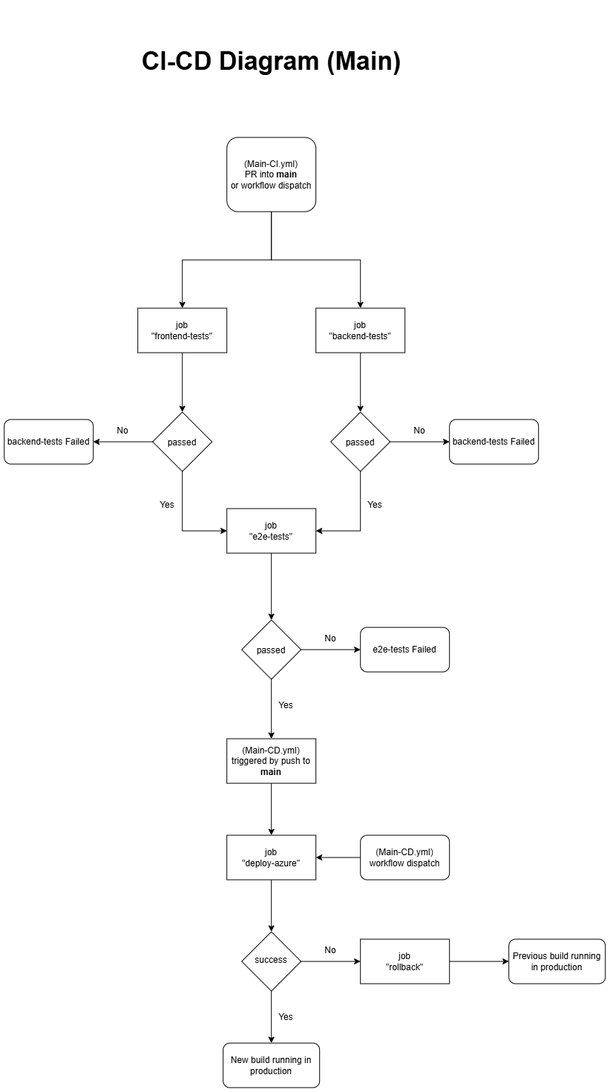
COS301-SE-2026/Veritas-Lab keeps this draw.io diagram as Docs/Demo_3/CI-CI Diagram Main.png. Above is the earlier version. Source tidied: cells renumbered, new cells last; positions are measured from the earlier drawing's top-left corner, leaving out a move shared by most shapes.
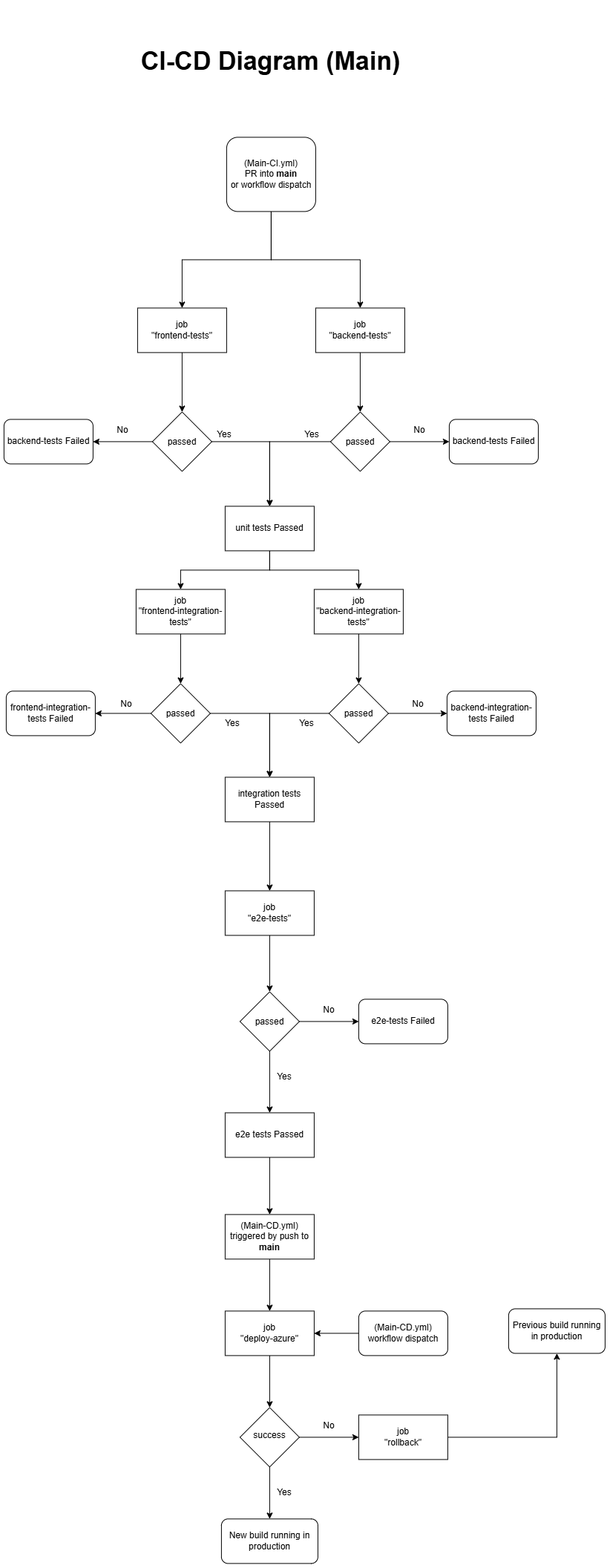
After the commit.

The edit, as a diff of the source:
```diff
@@ -3,7 +3,7 @@
     <mxCell id="0" />
     <mxCell id="1" parent="0" />
     <mxCell id="2" style="group;" parent="1" vertex="1">
-      <mxGeometry width="810" height="1460" as="geometry" />
+      <mxGeometry width="810" height="2101" as="geometry" />
     </mxCell>
     <mxCell id="3" style="edgeStyle=orthogonalEdgeStyle;rounded=0;jettySize=auto;html=1;" parent="2" edge="1" source="5" target="7">
       <mxGeometry relative="1" as="geometry" />
@@ -29,12 +29,8 @@
     <mxCell id="10" style="edgeStyle=orthogonalEdgeStyle;rounded=0;jettySize=auto;html=1;" parent="2" edge="1" source="12" target="18">
       <mxGeometry relative="1" as="geometry" />
     </mxCell>
-    <mxCell id="11" style="edgeStyle=orthogonalEdgeStyle;rounded=0;jettySize=auto;html=1;" parent="2" edge="1" source="12" target="21">
-      <mxGeometry relative="1" as="geometry">
-        <Array as="points">
-          <mxPoint x="240" y="710" />
-        </Array>
-      </mxGeometry>
+    <mxCell id="11" style="edgeStyle=orthogonalEdgeStyle;rounded=0;jettySize=auto;html=1;" parent="2" edge="1" source="12" target="48">
+      <mxGeometry relative="1" as="geometry" />
     </mxCell>
     <mxCell id="12" value="passed" style="rhombus;whiteSpace=wrap;html=1;shapeInside=1;" parent="2" vertex="1">
       <mxGeometry x="200" y="550" width="80" height="80" as="geometry" />
@@ -42,12 +38,8 @@
     <mxCell id="13" style="edgeStyle=orthogonalEdgeStyle;rounded=0;jettySize=auto;html=1;" parent="2" edge="1" source="15" target="16">
       <mxGeometry relative="1" as="geometry" />
     </mxCell>
-    <mxCell id="14" style="edgeStyle=orthogonalEdgeStyle;rounded=0;jettySize=auto;html=1;" parent="2" edge="1" source="15" target="21">
-      <mxGeometry relative="1" as="geometry">
-        <Array as="points">
-          <mxPoint x="480" y="710" />
-        </Array>
-      </mxGeometry>
+    <mxCell id="14" style="edgeStyle=orthogonalEdgeStyle;rounded=0;jettySize=auto;html=1;" parent="2" edge="1" source="15" target="48">
+      <mxGeometry relative="1" as="geometry" />
     </mxCell>
     <mxCell id="15" value="passed" style="rhombus;whiteSpace=wrap;html=1;shapeInside=1;" parent="2" vertex="1">
       <mxGeometry x="440" y="550" width="80" height="80" as="geometry" />
@@ -68,43 +60,43 @@
       <mxGeometry relative="1" as="geometry" />
     </mxCell>
     <mxCell id="21" value="&lt;div&gt;job&lt;/div&gt;&quot;e2e-tests&quot;" style="rounded=0;whiteSpace=wrap;html=1;" parent="2" vertex="1">
-      <mxGeometry x="300" y="680" width="120" height="60" as="geometry" />
+      <mxGeometry x="298" y="1195" width="120" height="60" as="geometry" />
     </mxCell>
     <mxCell id="22" value="Yes" style="text;html=1;whiteSpace=wrap;strokeColor=none;fillColor=none;align=center;verticalAlign=middle;rounded=0;" parent="2" vertex="1">
-      <mxGeometry x="470" y="660" width="60" height="30" as="geometry" />
+      <mxGeometry x="385" y="566" width="60" height="30" as="geometry" />
     </mxCell>
     <mxCell id="23" value="Yes" style="text;html=1;whiteSpace=wrap;strokeColor=none;fillColor=none;align=center;verticalAlign=middle;rounded=0;" parent="2" vertex="1">
-      <mxGeometry x="190" y="660" width="60" height="30" as="geometry" />
+      <mxGeometry x="267" y="566" width="60" height="30" as="geometry" />
     </mxCell>
     <mxCell id="24" style="edgeStyle=orthogonalEdgeStyle;rounded=0;jettySize=auto;html=1;" parent="2" edge="1" source="26" target="27">
       <mxGeometry relative="1" as="geometry" />
     </mxCell>
-    <mxCell id="25" style="edgeStyle=orthogonalEdgeStyle;rounded=0;jettySize=auto;html=1;" parent="2" edge="1" source="26" target="31">
+    <mxCell id="25" style="edgeStyle=orthogonalEdgeStyle;rounded=0;jettySize=auto;html=1;" parent="2" edge="1" source="26" target="68">
       <mxGeometry relative="1" as="geometry" />
     </mxCell>
     <mxCell id="26" value="passed" style="rhombus;whiteSpace=wrap;html=1;shapeInside=1;" parent="2" vertex="1">
-      <mxGeometry x="320" y="830" width="80" height="80" as="geometry" />
+      <mxGeometry x="318" y="1331" width="80" height="80" as="geometry" />
     </mxCell>
     <mxCell id="27" value="e2e-tests Failed" style="rounded=1;whiteSpace=wrap;html=1;" parent="2" vertex="1">
-      <mxGeometry x="480" y="840" width="120" height="60" as="geometry" />
+      <mxGeometry x="478" y="1341" width="120" height="60" as="geometry" />
     </mxCell>
     <mxCell id="28" value="No" style="text;html=1;whiteSpace=wrap;strokeColor=none;fillColor=none;align=center;verticalAlign=middle;rounded=0;" parent="2" vertex="1">
-      <mxGeometry x="410" y="840" width="60" height="30" as="geometry" />
+      <mxGeometry x="408" y="1341" width="60" height="30" as="geometry" />
     </mxCell>
     <mxCell id="29" value="Yes" style="text;html=1;whiteSpace=wrap;strokeColor=none;fillColor=none;align=center;verticalAlign=middle;rounded=0;" parent="2" vertex="1">
-      <mxGeometry x="350" y="930" width="60" height="30" as="geometry" />
+      <mxGeometry x="348" y="1431" width="60" height="30" as="geometry" />
     </mxCell>
     <mxCell id="30" style="edgeStyle=orthogonalEdgeStyle;rounded=0;jettySize=auto;html=1;" parent="2" edge="1" source="31" target="33">
       <mxGeometry relative="1" as="geometry" />
     </mxCell>
     <mxCell id="31" value="&lt;div&gt;(Main-CD.yml)&lt;/div&gt;&lt;div&gt;triggered by push to &lt;b&gt;main&lt;/b&gt;&lt;/div&gt;" style="rounded=0;whiteSpace=wrap;html=1;" parent="2" vertex="1">
-      <mxGeometry x="300" y="990" width="120" height="60" as="geometry" />
+      <mxGeometry x="298" y="1631" width="120" height="60" as="geometry" />
     </mxCell>
     <mxCell id="32" style="edgeStyle=orthogonalEdgeStyle;rounded=0;jettySize=auto;html=1;" parent="2" edge="1" source="33" target="36">
       <mxGeometry relative="1" as="geometry" />
     </mxCell>
     <mxCell id="33" value="&lt;div&gt;job&lt;/div&gt;&lt;div&gt;&quot;deploy-azure&quot;&lt;/div&gt;" style="rounded=0;whiteSpace=wrap;html=1;" parent="2" vertex="1">
-      <mxGeometry x="300" y="1120" width="120" height="60" as="geometry" />
+      <mxGeometry x="298" y="1761" width="120" height="60" as="geometry" />
     </mxCell>
     <mxCell id="34" style="edgeStyle=orthogonalEdgeStyle;rounded=0;jettySize=auto;html=1;" parent="2" edge="1" source="36" target="39">
       <mxGeometry relative="1" as="geometry" />
@@ -113,34 +105,103 @@
       <mxGeometry relative="1" as="geometry" />
     </mxCell>
     <mxCell id="36" value="success" style="rhombus;whiteSpace=wrap;html=1;shapeInside=1;" parent="2" vertex="1">
-      <mxGeometry x="320" y="1250" width="80" height="80" as="geometry" />
+      <mxGeometry x="318" y="1891" width="80" height="80" as="geometry" />
     </mxCell>
     <mxCell id="37" value="No" style="text;html=1;whiteSpace=wrap;strokeColor=none;fillColor=none;align=center;verticalAlign=middle;rounded=0;" parent="2" vertex="1">
-      <mxGeometry x="410" y="1260" width="60" height="30" as="geometry" />
+      <mxGeometry x="408" y="1901" width="60" height="30" as="geometry" />
     </mxCell>
     <mxCell id="38" style="edgeStyle=orthogonalEdgeStyle;rounded=0;jettySize=auto;html=1;" parent="2" edge="1" source="39" target="41">
       <mxGeometry relative="1" as="geometry" />
     </mxCell>
     <mxCell id="39" value="&lt;div&gt;job&lt;/div&gt;&lt;div&gt;&quot;rollback&quot;&lt;/div&gt;" style="rounded=0;whiteSpace=wrap;html=1;" parent="2" vertex="1">
-      <mxGeometry x="480" y="1260" width="120" height="60" as="geometry" />
+      <mxGeometry x="478" y="1901" width="120" height="60" as="geometry" />
     </mxCell>
     <mxCell id="40" value="New build running in production" style="rounded=1;whiteSpace=wrap;html=1;" parent="2" vertex="1">
-      <mxGeometry x="295" y="1400" width="130" height="60" as="geometry" />
+      <mxGeometry x="293" y="2041" width="130" height="60" as="geometry" />
     </mxCell>
     <mxCell id="41" value="Previous build running in production" style="rounded=1;whiteSpace=wrap;html=1;" parent="2" vertex="1">
-      <mxGeometry x="680" y="1260" width="130" height="60" as="geometry" />
+      <mxGeometry x="680" y="1758" width="130" height="60" as="geometry" />
     </mxCell>
     <mxCell id="42" value="Yes" style="text;html=1;whiteSpace=wrap;strokeColor=none;fillColor=none;align=center;verticalAlign=middle;rounded=0;" parent="2" vertex="1">
-      <mxGeometry x="350" y="1350" width="60" height="30" as="geometry" />
+      <mxGeometry x="348" y="1991" width="60" height="30" as="geometry" />
     </mxCell>
     <mxCell id="43" style="edgeStyle=orthogonalEdgeStyle;rounded=0;jettySize=auto;html=1;" parent="2" edge="1" source="44" target="33">
       <mxGeometry relative="1" as="geometry" />
     </mxCell>
     <mxCell id="44" value="(Main-CD.yml)&lt;div&gt;workflow dispatch&lt;/div&gt;" style="rounded=1;whiteSpace=wrap;html=1;" parent="2" vertex="1">
-      <mxGeometry x="480" y="1120" width="120" height="60" as="geometry" />
+      <mxGeometry x="478" y="1761" width="120" height="60" as="geometry" />
     </mxCell>
     <mxCell id="45" value="&lt;span style=&quot;font-size: 34px;&quot;&gt;&lt;b&gt;CI-CD Diagram (Main)&lt;/b&gt;&lt;/span&gt;" style="text;html=1;whiteSpace=wrap;strokeColor=none;fillColor=none;align=center;verticalAlign=middle;rounded=0;" parent="2" vertex="1">
       <mxGeometry x="72.5" width="575" height="155" as="geometry" />
     </mxCell>
+    <mxCell id="46" style="edgeStyle=orthogonalEdgeStyle;rounded=0;jettySize=auto;html=1;" parent="2" edge="1" source="48" target="50">
+      <mxGeometry relative="1" as="geometry" />
+    </mxCell>
+    <mxCell id="47" style="edgeStyle=orthogonalEdgeStyle;rounded=0;jettySize=auto;html=1;" parent="2" edge="1" source="48" target="52">
+      <mxGeometry relative="1" as="geometry" />
+    </mxCell>
+    <mxCell id="48" value="&lt;div&gt;unit tests Passed&lt;/div&gt;" style="rounded=0;whiteSpace=wrap;html=1;" parent="2" vertex="1">
+      <mxGeometry x="298" y="677" width="120" height="60" as="geometry" />
+    </mxCell>
+    <mxCell id="49" style="edgeStyle=orthogonalEdgeStyle;rounded=0;jettySize=auto;html=1;" parent="2" edge="1" source="50" target="55">
+      <mxGeometry relative="1" as="geometry" />
+    </mxCell>
+    <mxCell id="50" value="&lt;div&gt;job&lt;/div&gt;&lt;div&gt;&quot;frontend-integration-tests&quot;&lt;/div&gt;" style="rounded=0;whiteSpace=wrap;html=1;" parent="2" vertex="1">
+      <mxGeometry x="178" y="789" width="120" height="60" as="geometry" />
+    </mxCell>
+    <mxCell id="51" style="edgeStyle=orthogonalEdgeStyle;rounded=0;jettySize=auto;html=1;" parent="2" edge="1" source="52" target="58">
+      <mxGeometry relative="1" as="geometry" />
+    </mxCell>
+    <mxCell id="52" value="&lt;div&gt;job&lt;/div&gt;&lt;div&gt;&quot;backend-integration-tests&quot;&lt;/div&gt;" style="rounded=0;whiteSpace=wrap;html=1;" parent="2" vertex="1">
+      <mxGeometry x="418" y="789" width="120" height="60" as="geometry" />
+    </mxCell>
+    <mxCell id="53" style="edgeStyle=orthogonalEdgeStyle;rounded=0;jettySize=auto;html=1;" parent="2" edge="1" source="55" target="60">
+      <mxGeometry relative="1" as="geometry" />
+    </mxCell>
+    <mxCell id="54" style="edgeStyle=orthogonalEdgeStyle;rounded=0;jettySize=auto;html=1;" parent="2" edge="1" source="55" target="63">
+      <mxGeometry relative="1" as="geometry" />
+    </mxCell>
+    <mxCell id="55" value="passed" style="rhombus;whiteSpace=wrap;html=1;shapeInside=1;" parent="2" vertex="1">
+      <mxGeometry x="198" y="916" width="80" height="80" as="geometry" />
+    </mxCell>
+    <mxCell id="56" style="edgeStyle=orthogonalEdgeStyle;rounded=0;jettySize=auto;html=1;" parent="2" edge="1" source="58" target="60">
+      <mxGeometry relative="1" as="geometry" />
+    </mxCell>
+    <mxCell id="57" style="edgeStyle=orthogonalEdgeStyle;rounded=0;jettySize=auto;html=1;" parent="2" edge="1" source="58" target="64">
+      <mxGeometry relative="1" as="geometry" />
+    </mxCell>
+    <mxCell id="58" value="passed" style="rhombus;whiteSpace=wrap;html=1;shapeInside=1;" parent="2" vertex="1">
+      <mxGeometry x="438" y="916" width="80" height="80" as="geometry" />
+    </mxCell>
+    <mxCell id="59" style="edgeStyle=orthogonalEdgeStyle;rounded=0;jettySize=auto;html=1;" parent="2" edge="1" source="60" target="21">
+      <mxGeometry relative="1" as="geometry" />
+    </mxCell>
+    <mxCell id="60" value="&lt;div&gt;integration tests Passed&lt;/div&gt;" style="rounded=0;whiteSpace=wrap;html=1;" parent="2" vertex="1">
+      <mxGeometry x="298" y="1042" width="120" height="60" as="geometry" />
+    </mxCell>
+    <mxCell id="61" value="Yes" style="text;html=1;whiteSpace=wrap;strokeColor=none;fillColor=none;align=center;verticalAlign=middle;rounded=0;" parent="2" vertex="1">
+      <mxGeometry x="278" y="955" width="60" height="30" as="geometry" />
+    </mxCell>
+    <mxCell id="62" value="Yes" style="text;html=1;whiteSpace=wrap;strokeColor=none;fillColor=none;align=center;verticalAlign=middle;rounded=0;" parent="2" vertex="1">
+      <mxGeometry x="378" y="955" width="60" height="30" as="geometry" />
+    </mxCell>
+    <mxCell id="63" value="frontend-integration-tests Failed" style="rounded=1;whiteSpace=wrap;html=1;" parent="2" vertex="1">
+      <mxGeometry x="3" y="926" width="120" height="60" as="geometry" />
+    </mxCell>
+    <mxCell id="64" value="backend-integration-tests Failed" style="rounded=1;whiteSpace=wrap;html=1;" parent="2" vertex="1">
+      <mxGeometry x="597" y="926" width="120" height="60" as="geometry" />
+    </mxCell>
+    <mxCell id="65" value="No" style="text;html=1;whiteSpace=wrap;strokeColor=none;fillColor=none;align=center;verticalAlign=middle;rounded=0;" parent="2" vertex="1">
+      <mxGeometry x="135" y="929" width="60" height="30" as="geometry" />
+    </mxCell>
+    <mxCell id="66" value="No" style="text;html=1;whiteSpace=wrap;strokeColor=none;fillColor=none;align=center;verticalAlign=middle;rounded=0;" parent="2" vertex="1">
+      <mxGeometry x="528" y="929" width="60" height="30" as="geometry" />
+    </mxCell>
+    <mxCell id="67" style="edgeStyle=orthogonalEdgeStyle;rounded=0;jettySize=auto;html=1;" parent="2" edge="1" source="68" target="31">
+      <mxGeometry relative="1" as="geometry" />
+    </mxCell>
+    <mxCell id="68" value="&lt;div&gt;e2e tests Passed&lt;/div&gt;" style="rounded=0;whiteSpace=wrap;html=1;" parent="2" vertex="1">
+      <mxGeometry x="298" y="1494" width="120" height="60" as="geometry" />
+    </mxCell>
   </root>
 </mxGraphModel>
```
